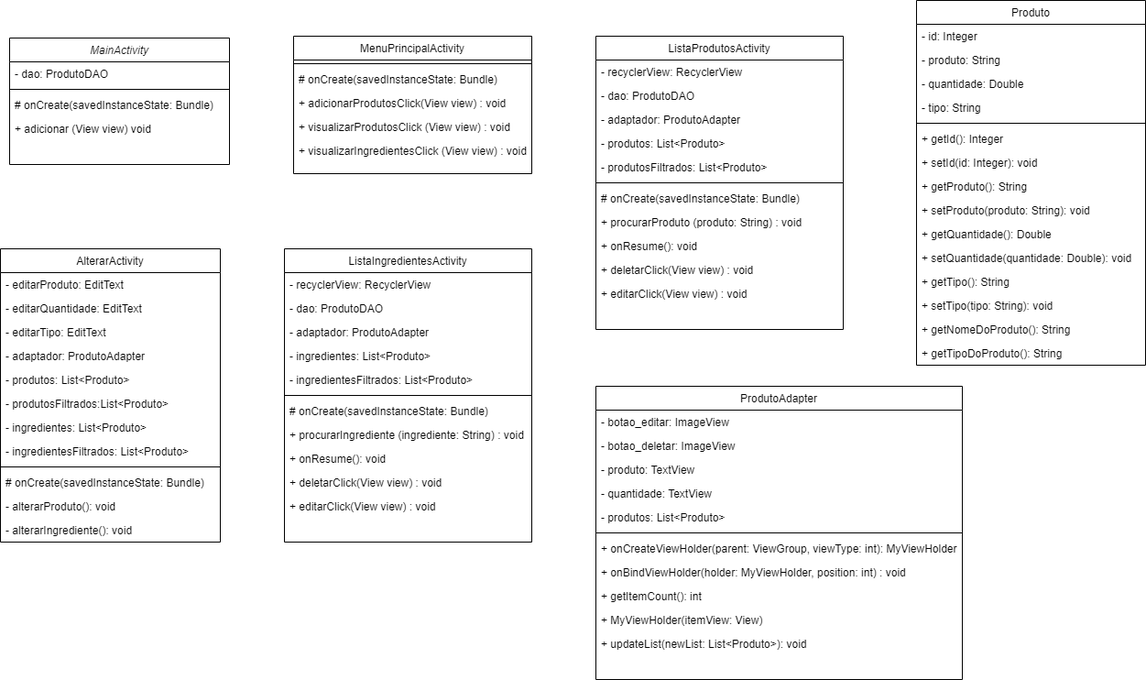
Above: Diagrama de classe Gerenciador de Pizzaria.drawio.png in Stephmac1/gerenciador_Pizzaria (draw.io), before the change. Source tidied: cells renumbered, new cells last; positions are measured from the earlier drawing's top-left corner, leaving out a move shared by most shapes.
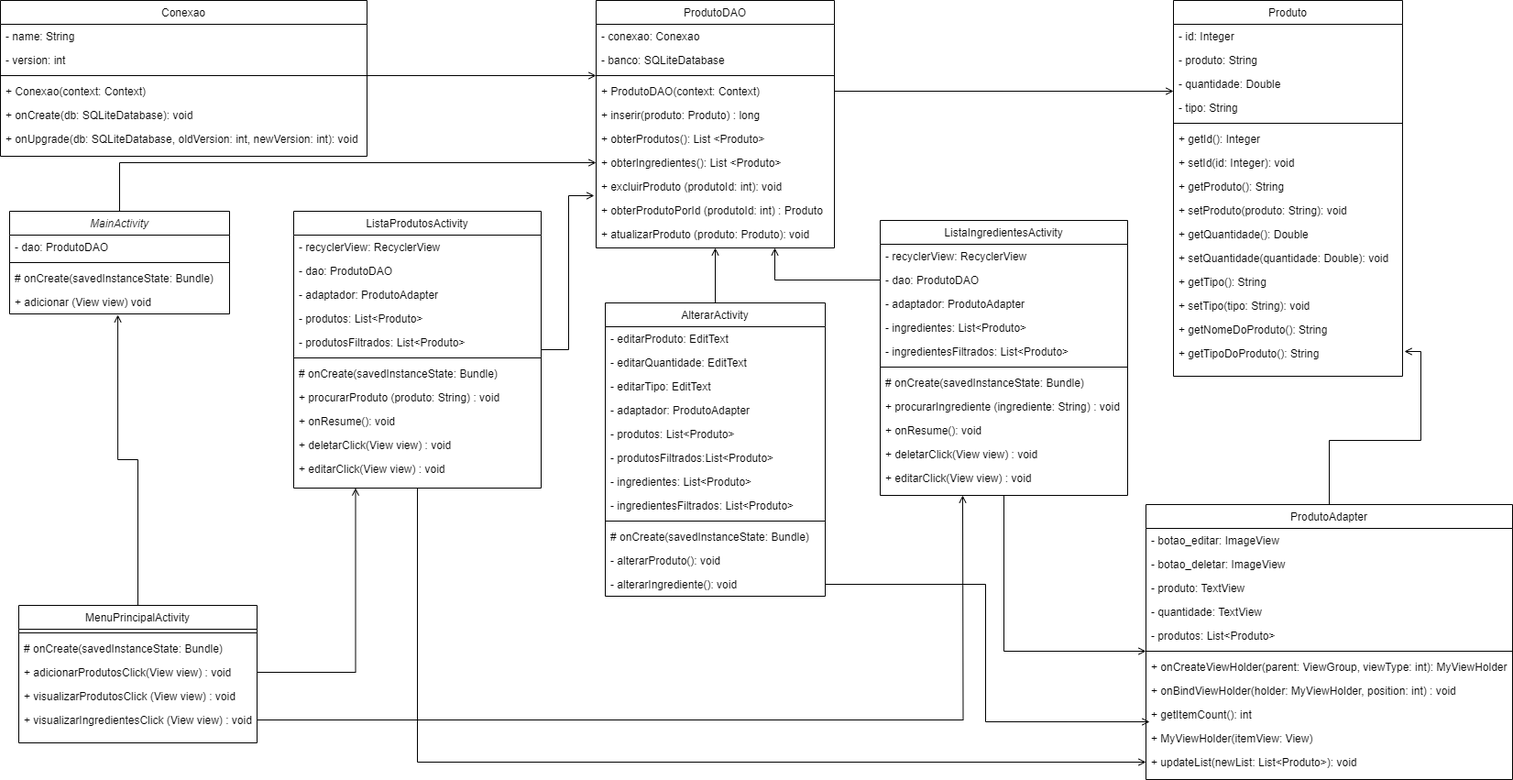
Above is the later version.

Diff of the diagram source:
```diff
@@ -2,8 +2,11 @@
   <root>
     <mxCell id="0" />
     <mxCell id="1" parent="0" />
+    <mxCell id="78" style="edgeStyle=orthogonalEdgeStyle;rounded=0;jettySize=auto;html=1;entryX=0;entryY=0.5;entryDx=0;entryDy=0;endArrow=open;endFill=0;" parent="1" edge="1" source="2" target="89">
+      <mxGeometry relative="1" as="geometry" />
+    </mxCell>
     <mxCell id="2" value="MainActivity" style="swimlane;fontStyle=2;align=center;verticalAlign=top;horizontal=1;startSize=26;rounded=0;shadow=0;strokeWidth=1;" parent="1" vertex="1">
-      <mxGeometry x="10" y="41" width="240" height="138" as="geometry" />
+      <mxGeometry x="30" y="241" width="240" height="112" as="geometry" />
     </mxCell>
     <mxCell id="3" value="- dao: ProdutoDAO" style="text;align=left;verticalAlign=top;spacingLeft=4;spacingRight=4;overflow=hidden;" parent="2" vertex="1">
       <mxGeometry y="26" width="240" height="26" as="geometry" />
@@ -17,8 +20,11 @@
     <mxCell id="6" value="+ adicionar (View view) void" style="text;align=left;verticalAlign=top;spacingLeft=4;spacingRight=4;overflow=hidden;points=[[0,0.5],[1,0.5]];portConstraint=eastwest;" parent="2" vertex="1">
       <mxGeometry y="86" width="240" height="26" as="geometry" />
     </mxCell>
+    <mxCell id="79" style="edgeStyle=orthogonalEdgeStyle;rounded=0;jettySize=auto;html=1;endArrow=open;endFill=0;" parent="1" edge="1" source="7" target="61">
+      <mxGeometry relative="1" as="geometry" />
+    </mxCell>
     <mxCell id="7" value="ListaProdutosActivity" style="swimlane;fontStyle=0;align=center;verticalAlign=top;horizontal=1;startSize=26;rounded=0;shadow=0;strokeWidth=1;" parent="1" vertex="1">
-      <mxGeometry x="650" y="39" width="270" height="320" as="geometry" />
+      <mxGeometry x="340" y="241" width="270" height="302" as="geometry" />
     </mxCell>
     <mxCell id="8" value="- recyclerView: RecyclerView&#10;" style="text;align=left;verticalAlign=top;spacingLeft=4;spacingRight=4;overflow=hidden;" parent="7" vertex="1">
       <mxGeometry y="26" width="270" height="26" as="geometry" />
@@ -53,8 +59,11 @@
     <mxCell id="18" value="+ editarClick(View view) : void" style="text;align=left;verticalAlign=top;spacingLeft=4;spacingRight=4;overflow=hidden;" parent="7" vertex="1">
       <mxGeometry y="268" width="270" height="26" as="geometry" />
     </mxCell>
+    <mxCell id="80" style="edgeStyle=orthogonalEdgeStyle;rounded=0;jettySize=auto;html=1;exitX=0.5;exitY=0;exitDx=0;exitDy=0;entryX=0.5;entryY=1;entryDx=0;entryDy=0;endArrow=open;endFill=0;" parent="1" edge="1" source="19" target="82">
+      <mxGeometry relative="1" as="geometry" />
+    </mxCell>
     <mxCell id="19" value="AlterarActivity" style="swimlane;fontStyle=0;align=center;verticalAlign=top;horizontal=1;startSize=26;rounded=0;shadow=0;strokeWidth=1;" parent="1" vertex="1">
-      <mxGeometry y="271" width="240" height="320" as="geometry" />
+      <mxGeometry x="680" y="341" width="240" height="320" as="geometry" />
     </mxCell>
     <mxCell id="20" value="- editarProduto: EditText" style="text;align=left;verticalAlign=top;spacingLeft=4;spacingRight=4;overflow=hidden;" parent="19" vertex="1">
       <mxGeometry y="26" width="240" height="26" as="geometry" />
@@ -93,7 +102,7 @@
       <mxGeometry y="294" width="240" height="26" as="geometry" />
     </mxCell>
     <mxCell id="32" value="MenuPrincipalActivity" style="swimlane;fontStyle=0;align=center;verticalAlign=top;horizontal=1;startSize=26;rounded=0;shadow=0;strokeWidth=1;" parent="1" vertex="1">
-      <mxGeometry x="320" y="39" width="260" height="150" as="geometry" />
+      <mxGeometry x="40" y="671" width="260" height="150" as="geometry" />
     </mxCell>
     <mxCell id="33" style="line;html=1;strokeWidth=1;align=left;verticalAlign=middle;spacingTop=-1;spacingLeft=3;spacingRight=3;labelPosition=right;" parent="32" vertex="1">
       <mxGeometry y="26" width="260" height="8" as="geometry" />
@@ -107,11 +116,16 @@
     <mxCell id="36" value="+ visualizarProdutosClick (View view) : void" style="text;align=left;verticalAlign=top;spacingLeft=4;spacingRight=4;overflow=hidden;" parent="32" vertex="1">
       <mxGeometry y="86" width="260" height="26" as="geometry" />
     </mxCell>
+    <mxCell id="81" style="edgeStyle=orthogonalEdgeStyle;rounded=0;jettySize=auto;html=1;endArrow=open;endFill=0;" parent="32" edge="1" source="37">
+      <mxGeometry relative="1" as="geometry">
+        <mxPoint x="1030" y="-120" as="targetPoint" />
+      </mxGeometry>
+    </mxCell>
     <mxCell id="37" value="+ visualizarIngredientesClick (View view) : void" style="text;align=left;verticalAlign=top;spacingLeft=4;spacingRight=4;overflow=hidden;points=[[0,0.5],[1,0.5]];portConstraint=eastwest;" parent="32" vertex="1">
       <mxGeometry y="112" width="260" height="26" as="geometry" />
     </mxCell>
     <mxCell id="38" value="ListaIngredientesActivity" style="swimlane;fontStyle=0;align=center;verticalAlign=top;horizontal=1;startSize=26;rounded=0;shadow=0;strokeWidth=1;" parent="1" vertex="1">
-      <mxGeometry x="310" y="271" width="270" height="320" as="geometry" />
+      <mxGeometry x="980" y="251" width="270" height="300" as="geometry" />
     </mxCell>
     <mxCell id="39" value="- recyclerView: RecyclerView&#10;" style="text;align=left;verticalAlign=top;spacingLeft=4;spacingRight=4;overflow=hidden;" parent="38" vertex="1">
       <mxGeometry y="26" width="270" height="26" as="geometry" />
@@ -147,7 +161,7 @@
       <mxGeometry y="268" width="270" height="26" as="geometry" />
     </mxCell>
     <mxCell id="50" value="ProdutoAdapter" style="swimlane;fontStyle=0;align=center;verticalAlign=top;horizontal=1;startSize=26;rounded=0;shadow=0;strokeWidth=1;" parent="1" vertex="1">
-      <mxGeometry x="650" y="421" width="400" height="320" as="geometry" />
+      <mxGeometry x="1270" y="561" width="400" height="300" as="geometry" />
     </mxCell>
     <mxCell id="51" value="- botao_editar: ImageView" style="text;align=left;verticalAlign=top;spacingLeft=4;spacingRight=4;overflow=hidden;" parent="50" vertex="1">
       <mxGeometry y="26" width="400" height="26" as="geometry" />
@@ -183,7 +197,7 @@
       <mxGeometry y="268" width="400" height="26" as="geometry" />
     </mxCell>
     <mxCell id="62" value="Produto" style="swimlane;fontStyle=0;align=center;verticalAlign=top;horizontal=1;startSize=26;rounded=0;shadow=0;strokeWidth=1;" parent="1" vertex="1">
-      <mxGeometry x="1000" width="250" height="398" as="geometry" />
+      <mxGeometry x="1300" y="11" width="250" height="410" as="geometry" />
     </mxCell>
     <mxCell id="63" value="- id: Integer" style="text;align=left;verticalAlign=top;spacingLeft=4;spacingRight=4;overflow=hidden;" parent="62" vertex="1">
       <mxGeometry y="26" width="250" height="26" as="geometry" />
@@ -228,7 +242,88 @@
       <mxGeometry y="346" width="250" height="26" as="geometry" />
     </mxCell>
     <mxCell id="77" value="+ getTipoDoProduto(): String" style="text;align=left;verticalAlign=top;spacingLeft=4;spacingRight=4;overflow=hidden;points=[[0,0.5],[1,0.5]];portConstraint=eastwest;fontStyle=0;strokeWidth=0;" parent="62" vertex="1">
-      <mxGeometry y="372" width="250" height="26" as="geometry" />
+      <mxGeometry y="372" width="250" height="38" as="geometry" />
     </mxCell>
+    <mxCell id="82" value="ProdutoDAO" style="swimlane;fontStyle=0;align=center;verticalAlign=top;horizontal=1;startSize=26;rounded=0;shadow=0;strokeWidth=1;" parent="1" vertex="1">
+      <mxGeometry x="670" y="11" width="260" height="270" as="geometry" />
+    </mxCell>
+    <mxCell id="83" value="- conexao: Conexao" style="text;align=left;verticalAlign=top;spacingLeft=4;spacingRight=4;overflow=hidden;" parent="82" vertex="1">
+      <mxGeometry y="26" width="260" height="26" as="geometry" />
+    </mxCell>
+    <mxCell id="84" value="- banco: SQLiteDatabase" style="text;align=left;verticalAlign=top;spacingLeft=4;spacingRight=4;overflow=hidden;rounded=0;shadow=0;html=0;" parent="82" vertex="1">
+      <mxGeometry y="52" width="260" height="26" as="geometry" />
+    </mxCell>
+    <mxCell id="85" style="line;html=1;strokeWidth=1;align=left;verticalAlign=middle;spacingTop=-1;spacingLeft=3;spacingRight=3;labelPosition=right;" parent="82" vertex="1">
+      <mxGeometry y="78" width="260" height="8" as="geometry" />
+    </mxCell>
+    <mxCell id="86" value="+ ProdutoDAO(context: Context)" style="text;align=left;verticalAlign=top;spacingLeft=4;spacingRight=4;overflow=hidden;points=[[0,0.5],[1,0.5]];portConstraint=eastwest;fontStyle=0;strokeWidth=0;" parent="82" vertex="1">
+      <mxGeometry y="86" width="260" height="26" as="geometry" />
+    </mxCell>
+    <mxCell id="87" value="+ inserir(produto: Produto) : long" style="text;align=left;verticalAlign=top;spacingLeft=4;spacingRight=4;overflow=hidden;rounded=0;shadow=0;html=0;" parent="82" vertex="1">
+      <mxGeometry y="112" width="260" height="26" as="geometry" />
+    </mxCell>
+    <mxCell id="88" value="+ obterProdutos(): List &lt;Produto&gt;" style="text;align=left;verticalAlign=top;spacingLeft=4;spacingRight=4;overflow=hidden;rounded=0;shadow=0;html=0;" parent="82" vertex="1">
+      <mxGeometry y="138" width="260" height="26" as="geometry" />
+    </mxCell>
+    <mxCell id="89" value="+ obterIngredientes(): List &lt;Produto&gt;" style="text;align=left;verticalAlign=top;spacingLeft=4;spacingRight=4;overflow=hidden;points=[[0,0.5],[1,0.5]];portConstraint=eastwest;rounded=0;shadow=0;html=0;" parent="82" vertex="1">
+      <mxGeometry y="164" width="260" height="26" as="geometry" />
+    </mxCell>
+    <mxCell id="90" value="+ excluirProduto (produtoId: int): void" style="text;align=left;verticalAlign=top;spacingLeft=4;spacingRight=4;overflow=hidden;" parent="82" vertex="1">
+      <mxGeometry y="190" width="260" height="26" as="geometry" />
+    </mxCell>
+    <mxCell id="91" value="+ obterProdutoPorId (produtoId: int) : Produto" style="text;align=left;verticalAlign=top;spacingLeft=4;spacingRight=4;overflow=hidden;points=[[0,0.5],[1,0.5]];portConstraint=eastwest;" parent="82" vertex="1">
+      <mxGeometry y="216" width="260" height="26" as="geometry" />
+    </mxCell>
+    <mxCell id="92" value="+ atualizarProduto (produto: Produto): void" style="text;align=left;verticalAlign=top;spacingLeft=4;spacingRight=4;overflow=hidden;rounded=0;shadow=0;html=0;" parent="82" vertex="1">
+      <mxGeometry y="242" width="260" height="26" as="geometry" />
+    </mxCell>
+    <mxCell id="93" value="Conexao" style="swimlane;fontStyle=0;align=center;verticalAlign=top;horizontal=1;startSize=26;rounded=0;shadow=0;strokeWidth=1;" parent="1" vertex="1">
+      <mxGeometry x="20" y="11" width="400" height="170" as="geometry" />
+    </mxCell>
+    <mxCell id="94" value="- name: String" style="text;align=left;verticalAlign=top;spacingLeft=4;spacingRight=4;overflow=hidden;" parent="93" vertex="1">
+      <mxGeometry y="26" width="400" height="26" as="geometry" />
+    </mxCell>
+    <mxCell id="95" value="- version: int" style="text;align=left;verticalAlign=top;spacingLeft=4;spacingRight=4;overflow=hidden;rounded=0;shadow=0;html=0;" parent="93" vertex="1">
+      <mxGeometry y="52" width="400" height="26" as="geometry" />
+    </mxCell>
+    <mxCell id="96" style="line;html=1;strokeWidth=1;align=left;verticalAlign=middle;spacingTop=-1;spacingLeft=3;spacingRight=3;labelPosition=right;points=[];portConstraint=eastwest;" parent="93" vertex="1">
+      <mxGeometry y="78" width="400" height="8" as="geometry" />
+    </mxCell>
+    <mxCell id="97" value="+ Conexao(context: Context)" style="text;align=left;verticalAlign=top;spacingLeft=4;spacingRight=4;overflow=hidden;fontStyle=0;strokeWidth=0;" parent="93" vertex="1">
+      <mxGeometry y="86" width="400" height="26" as="geometry" />
+    </mxCell>
+    <mxCell id="98" value="+ onCreate(db: SQLiteDatabase): void" style="text;align=left;verticalAlign=top;spacingLeft=4;spacingRight=4;overflow=hidden;rounded=0;shadow=0;html=0;" parent="93" vertex="1">
+      <mxGeometry y="112" width="400" height="26" as="geometry" />
+    </mxCell>
+    <mxCell id="99" value="+ onUpgrade(db: SQLiteDatabase, oldVersion: int, newVersion: int): void" style="text;align=left;verticalAlign=top;spacingLeft=4;spacingRight=4;overflow=hidden;rounded=0;shadow=0;html=0;" parent="93" vertex="1">
+      <mxGeometry y="138" width="400" height="26" as="geometry" />
+    </mxCell>
+    <mxCell id="100" style="edgeStyle=orthogonalEdgeStyle;rounded=0;jettySize=auto;html=1;entryX=0;entryY=-0.154;entryDx=0;entryDy=0;entryPerimeter=0;endArrow=open;endFill=0;" parent="1" edge="1" source="96" target="86">
+      <mxGeometry relative="1" as="geometry" />
+    </mxCell>
+    <mxCell id="101" style="edgeStyle=orthogonalEdgeStyle;rounded=0;jettySize=auto;html=1;exitX=1;exitY=0.5;exitDx=0;exitDy=0;entryX=0;entryY=-0.192;entryDx=0;entryDy=0;entryPerimeter=0;endArrow=open;endFill=0;" parent="1" edge="1" source="86" target="66">
+      <mxGeometry relative="1" as="geometry" />
+    </mxCell>
+    <mxCell id="102" style="edgeStyle=orthogonalEdgeStyle;rounded=0;jettySize=auto;html=1;entryX=1.008;entryY=0.289;entryDx=0;entryDy=0;entryPerimeter=0;endArrow=open;endFill=0;" parent="1" edge="1" source="50" target="77">
+      <mxGeometry relative="1" as="geometry" />
+    </mxCell>
+    <mxCell id="103" style="edgeStyle=orthogonalEdgeStyle;rounded=0;jettySize=auto;html=1;exitX=0.5;exitY=1;exitDx=0;exitDy=0;entryX=0;entryY=-0.154;entryDx=0;entryDy=0;entryPerimeter=0;endArrow=open;endFill=0;" parent="1" edge="1" source="38" target="57">
+      <mxGeometry relative="1" as="geometry" />
+    </mxCell>
+    <mxCell id="104" style="edgeStyle=orthogonalEdgeStyle;rounded=0;jettySize=auto;html=1;entryX=0.01;entryY=-0.192;entryDx=0;entryDy=0;entryPerimeter=0;endArrow=open;endFill=0;" parent="1" edge="1" source="31" target="60">
+      <mxGeometry relative="1" as="geometry" />
+    </mxCell>
+    <mxCell id="105" style="edgeStyle=orthogonalEdgeStyle;rounded=0;jettySize=auto;html=1;entryX=-0.008;entryY=-0.115;entryDx=0;entryDy=0;entryPerimeter=0;endArrow=open;endFill=0;" parent="1" edge="1" source="7" target="91">
+      <mxGeometry relative="1" as="geometry" />
+    </mxCell>
+    <mxCell id="106" style="edgeStyle=orthogonalEdgeStyle;rounded=0;jettySize=auto;html=1;entryX=0.75;entryY=1;entryDx=0;entryDy=0;endArrow=open;endFill=0;" parent="1" edge="1" source="40" target="82">
+      <mxGeometry relative="1" as="geometry" />
+    </mxCell>
+    <mxCell id="107" style="edgeStyle=orthogonalEdgeStyle;rounded=0;jettySize=auto;html=1;entryX=0.492;entryY=1.038;entryDx=0;entryDy=0;entryPerimeter=0;endArrow=open;endFill=0;" parent="1" edge="1" source="32" target="6">
+      <mxGeometry relative="1" as="geometry" />
+    </mxCell>
+    <mxCell id="108" style="edgeStyle=orthogonalEdgeStyle;rounded=0;jettySize=auto;html=1;exitX=1;exitY=0.5;exitDx=0;exitDy=0;entryX=0.25;entryY=1;entryDx=0;entryDy=0;endArrow=open;endFill=0;" parent="1" edge="1" source="35" target="7">
+      <mxGeometry relative="1" as="geometry" />
+    </mxCell>
   </root>
 </mxGraphModel>
```
